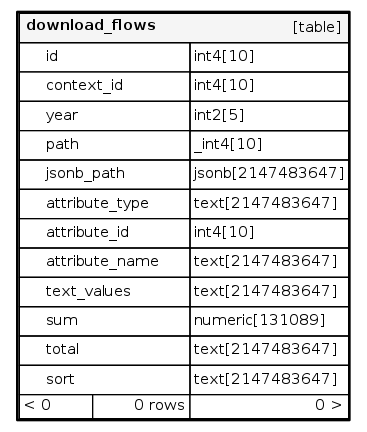
Vizzuality/trase keeps this Graphviz diagram as all_tables/diagrams/orphans/download_flows.1degree.png. Above is the earlier version. Its source is kept beside it as all_tables/diagrams/orphans/download_flows.1degree.dot.
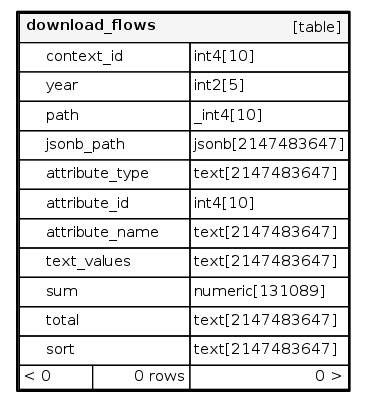
The same file after the commit.

What changed in the source:
```diff
@@ -20,7 +20,6 @@
    label=<
     <TABLE BORDER="2" CELLBORDER="1" CELLSPACING="0" BGCOLOR="#ffffff">
       <TR><TD COLSPAN="4"  BGCOLOR="#f5f5f5"><TABLE BORDER="0" CELLSPACING="0"><TR><TD ALIGN="LEFT"><B>download_flows</B></TD><TD ALIGN="RIGHT">[table]</TD></TR></TABLE></TD></TR>
-      <TR><TD PORT="id" COLSPAN="2" ALIGN="LEFT"><TABLE BORDER="0" CELLSPACING="0" ALIGN="LEFT"><TR ALIGN="LEFT"><TD ALIGN="LEFT" FIXEDSIZE="TRUE" WIDTH="15" HEIGHT="16"></TD><TD ALIGN="LEFT" FIXEDSIZE="TRUE" WIDTH="107" HEIGHT="16">id</TD></TR></TABLE></TD><TD PORT="id.type" ALIGN="LEFT">int4[10]</TD></TR>
       <TR><TD PORT="context_id" COLSPAN="2" BGCOLOR="#ffffff" ALIGN="LEFT"><TABLE BORDER="0" CELLSPACING="0" ALIGN="LEFT"><TR ALIGN="LEFT"><TD ALIGN="LEFT" FIXEDSIZE="TRUE" WIDTH="15" HEIGHT="16"></TD><TD ALIGN="LEFT" FIXEDSIZE="TRUE" WIDTH="107" HEIGHT="16">context_id</TD></TR></TABLE></TD><TD PORT="context_id.type" ALIGN="LEFT">int4[10]</TD></TR>
       <TR><TD PORT="year" COLSPAN="2" BGCOLOR="#ffffff" ALIGN="LEFT"><TABLE BORDER="0" CELLSPACING="0" ALIGN="LEFT"><TR ALIGN="LEFT"><TD ALIGN="LEFT" FIXEDSIZE="TRUE" WIDTH="15" HEIGHT="16"></TD><TD ALIGN="LEFT" FIXEDSIZE="TRUE" WIDTH="107" HEIGHT="16">year</TD></TR></TABLE></TD><TD PORT="year.type" ALIGN="LEFT">int2[5]</TD></TR>
       <TR><TD PORT="path" COLSPAN="2" BGCOLOR="#ffffff" ALIGN="LEFT"><TABLE BORDER="0" CELLSPACING="0" ALIGN="LEFT"><TR ALIGN="LEFT"><TD ALIGN="LEFT" FIXEDSIZE="TRUE" WIDTH="15" HEIGHT="16"></TD><TD ALIGN="LEFT" FIXEDSIZE="TRUE" WIDTH="107" HEIGHT="16">path</TD></TR></TABLE></TD><TD PORT="path.type" ALIGN="LEFT">_int4[10]</TD></TR>
```
